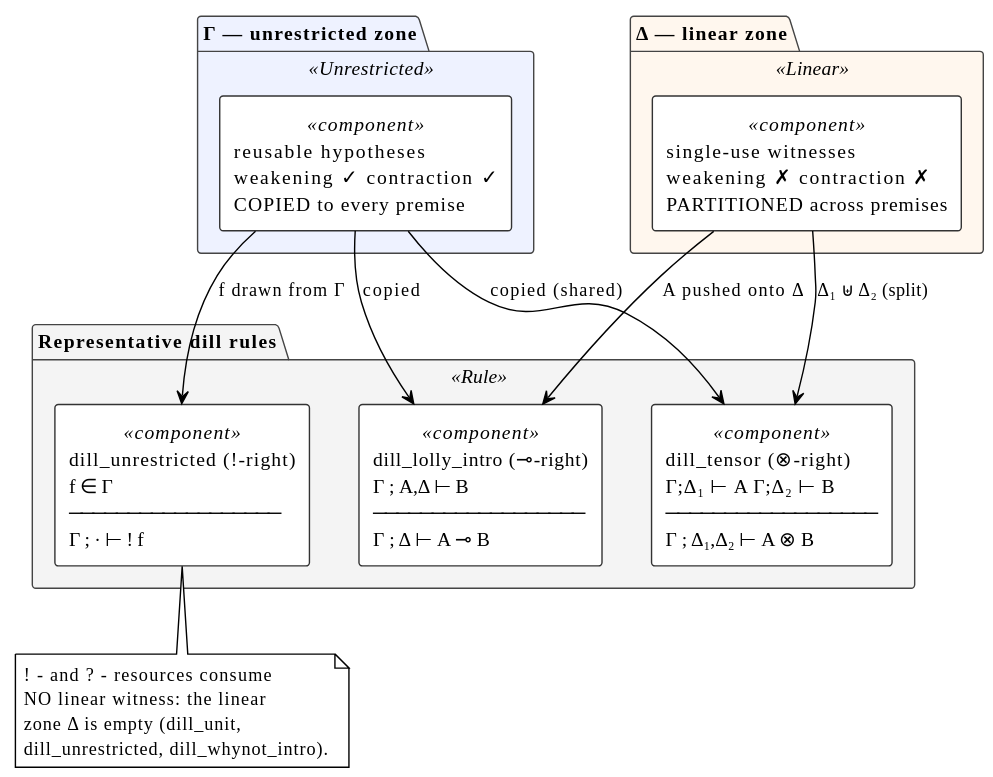
The PlantUML diagram docs/theory/diagrams/dill-two-zone-flow.svg in F1R3FLY-io/f1r3node-rust, before a commit.
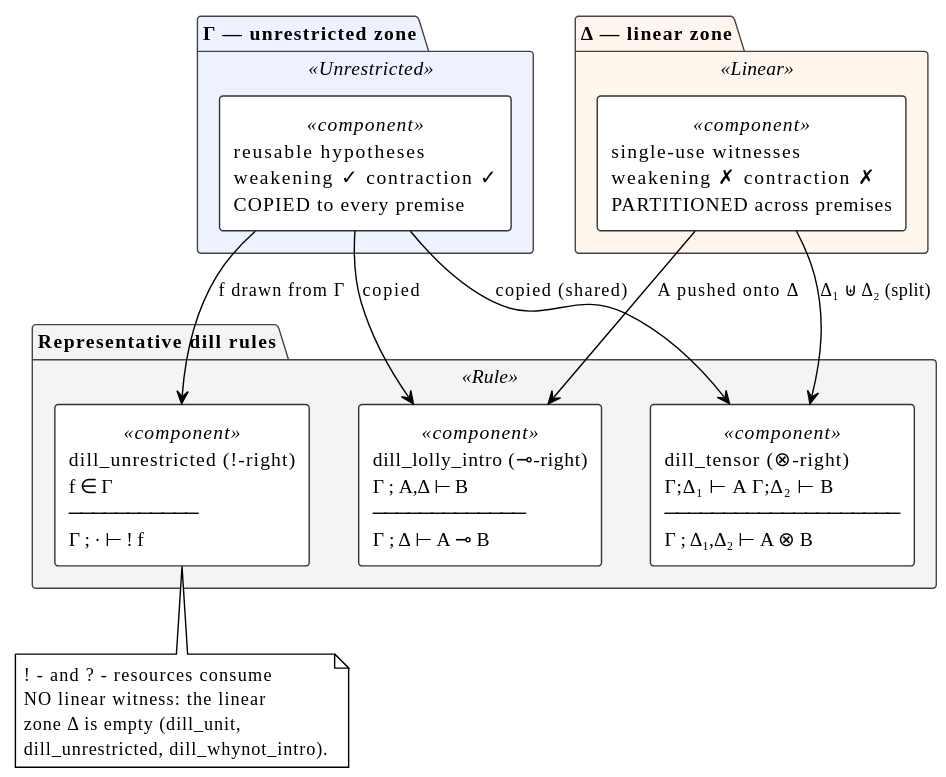
The same file after the commit.

Diff of the diagram source:
```diff
@@ -22,9 +22,9 @@
 }
 
 package "Representative dill rules" <<Rule>> {
-  component "dill_tensor  (⊗-right)\nΓ;Δ₁ ⊢ A    Γ;Δ₂ ⊢ B\n──────────────────\nΓ ; Δ₁,Δ₂ ⊢ A ⊗ B" <<component>> as TENSOR
-  component "dill_lolly_intro  (⊸-right)\nΓ ; A,Δ ⊢ B\n──────────────────\nΓ ; Δ ⊢ A ⊸ B" <<component>> as LOLLY
-  component "dill_unrestricted  (!-right)\nf ∈ Γ\n──────────────────\nΓ ; · ⊢ ! f" <<component>> as BANG
+  component "dill_tensor  (⊗-right)\nΓ;Δ₁ ⊢ A    Γ;Δ₂ ⊢ B\n────────────────────\nΓ ; Δ₁,Δ₂ ⊢ A ⊗ B" <<component>> as TENSOR
+  component "dill_lolly_intro  (⊸-right)\nΓ ; A,Δ ⊢ B\n─────────────\nΓ ; Δ ⊢ A ⊸ B" <<component>> as LOLLY
+  component "dill_unrestricted  (!-right)\nf ∈ Γ\n───────────\nΓ ; · ⊢ ! f" <<component>> as BANG
 }
 
 GAMMA --> TENSOR : copied (shared)
```
